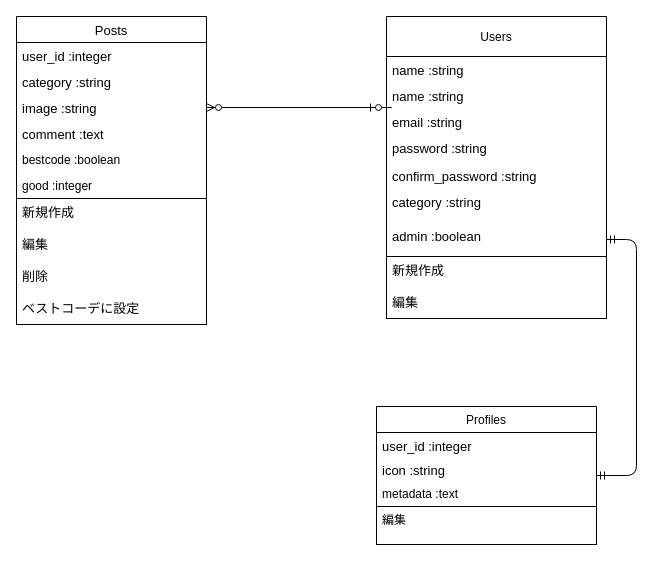
This is class_spec.dio from 327yuto/fit-wearness, a draw.io file, before an edit. Source tidied: cells renumbered, new cells numbered last; positions are measured from the earlier drawing's top-left corner, leaving out a move shared by most shapes. Both pictures are drawn from the tidied source at 100%, with x=0, y=0 at pixel (16, 16).
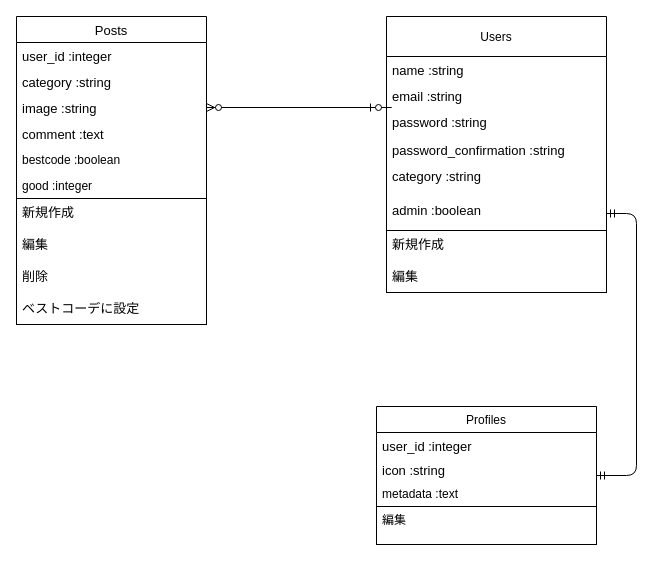
After the change.

Change to the diagram source:
```diff
@@
     <mxCell id="2" value="Users" style="swimlane;fontStyle=0;horizontal=1;startSize=40;fillColor=none;" parent="1" vertex="1">
-      <mxGeometry x="370" width="220" height="302" as="geometry" />
+      <mxGeometry x="370" width="220" height="276" as="geometry" />
     </mxCell>
-    <mxCell id="3" value="name :string &#10;" style="text;strokeColor=none;fillColor=none;align=left;verticalAlign=top;spacingLeft=4;spacingRight=4;overflow=hidden;fontSize=13;" parent="2" vertex="1">
-      <mxGeometry y="40" width="220" height="26" as="geometry" />
-    </mxCell>
     <mxCell id="4" value="name :string &#10;" style="text;strokeColor=none;fillColor=none;align=left;verticalAlign=top;spacingLeft=4;spacingRight=4;overflow=hidden;fontSize=13;" parent="2" vertex="1">
-      <mxGeometry y="66" width="220" height="26" as="geometry" />
+      <mxGeometry y="40" width="220" height="26" as="geometry" />
     </mxCell>
     <mxCell id="5" value="email :string" style="text;strokeColor=none;fillColor=none;align=left;verticalAlign=top;spacingLeft=4;spacingRight=4;overflow=hidden;fontSize=13;" parent="2" vertex="1">
-      <mxGeometry y="92" width="220" height="26" as="geometry" />
+      <mxGeometry y="66" width="220" height="26" as="geometry" />
     </mxCell>
     <mxCell id="6" value="password :string" style="text;strokeColor=none;fillColor=none;align=left;verticalAlign=top;spacingLeft=4;spacingRight=4;overflow=hidden;fontSize=13;" parent="2" vertex="1">
-      <mxGeometry y="118" width="220" height="28" as="geometry" />
+      <mxGeometry y="92" width="220" height="28" as="geometry" />
     </mxCell>
-    <mxCell id="7" value="confirm_password :string" style="text;strokeColor=none;fillColor=none;align=left;verticalAlign=top;spacingLeft=4;spacingRight=4;overflow=hidden;fontSize=13;" parent="2" vertex="1">
-      <mxGeometry y="146" width="220" height="26" as="geometry" />
+    <mxCell id="7" value="password_confirmation :string" style="text;strokeColor=none;fillColor=none;align=left;verticalAlign=top;spacingLeft=4;spacingRight=4;overflow=hidden;fontSize=13;" parent="2" vertex="1">
+      <mxGeometry y="120" width="220" height="26" as="geometry" />
     </mxCell>
     <mxCell id="8" value="category :string" style="text;strokeColor=none;fillColor=none;align=left;verticalAlign=top;spacingLeft=4;spacingRight=4;overflow=hidden;fontSize=13;" parent="2" vertex="1">
-      <mxGeometry y="172" width="220" height="34" as="geometry" />
+      <mxGeometry y="146" width="220" height="34" as="geometry" />
     </mxCell>
     <mxCell id="9" value="admin :boolean" style="text;strokeColor=none;fillColor=none;align=left;verticalAlign=top;spacingLeft=4;spacingRight=4;overflow=hidden;points=[[0,0.5],[1,0.5]];portConstraint=eastwest;fontSize=13;" parent="2" vertex="1">
-      <mxGeometry y="206" width="220" height="34" as="geometry" />
+      <mxGeometry y="180" width="220" height="34" as="geometry" />
     </mxCell>
     <mxCell id="10" value="新規作成&#10;&#10;編集" style="text;strokeColor=default;fillColor=none;align=left;verticalAlign=top;spacingLeft=4;spacingRight=4;overflow=hidden;fontSize=13;" parent="2" vertex="1">
-      <mxGeometry y="240" width="220" height="62" as="geometry" />
+      <mxGeometry y="214" width="220" height="62" as="geometry" />
     </mxCell>
```
